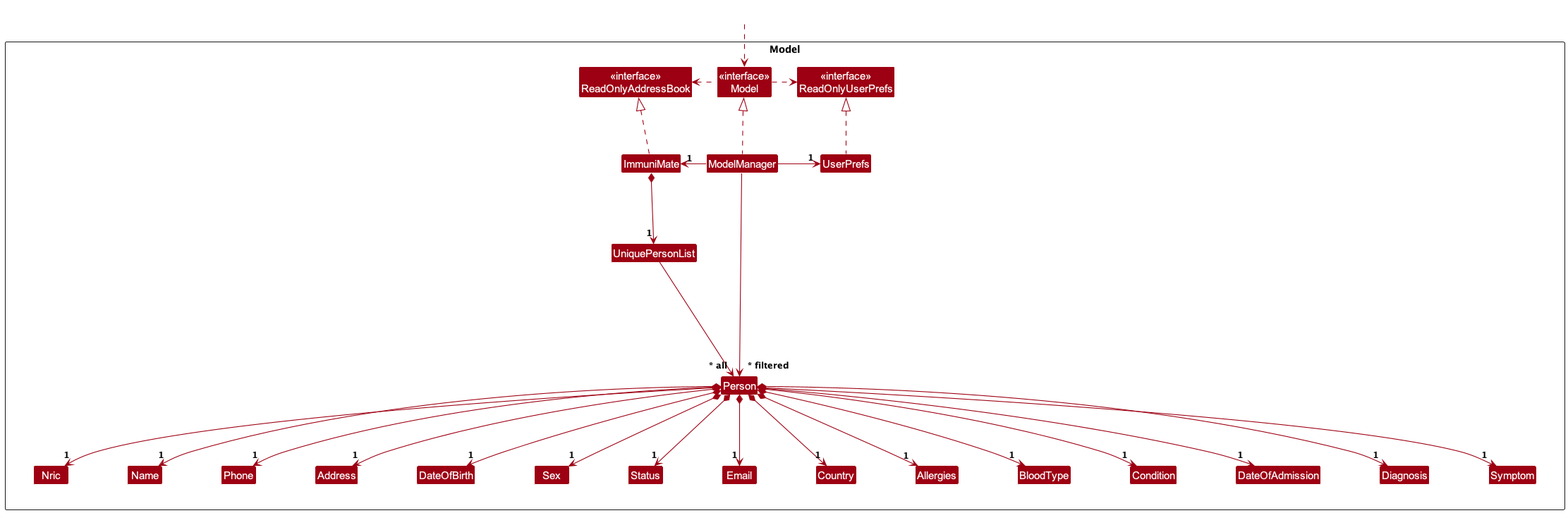
The PlantUML diagram docs/images/ModelClassDiagram.png in AY2324S2-CS2103T-T08-1/tp, before a commit. The source it was exported from:
```plantuml
@startuml
!include style.puml
skinparam arrowThickness 1.1
skinparam arrowColor MODEL_COLOR
skinparam classBackgroundColor MODEL_COLOR

Package Model as ModelPackage <<Rectangle>>{
Class "<<interface>>\nReadOnlyAddressBook" as ReadOnlyAddressBook
Class "<<interface>>\nReadOnlyUserPrefs" as ReadOnlyUserPrefs
Class "<<interface>>\nModel" as Model
Class ImmuniMate
Class ModelManager
Class UserPrefs

Class UniquePersonList
Class Person
Class Address
Class Name
Class Phone
Class Nric
Class DateOfBirth
Class Sex
Class Status
Class Email
Class Country
Class Allergies
Class BloodType
Class Condition
Class DateOfAdmission
Class Diagnosis
Class Symptom


Class I #FFFFFF
}

Class HiddenOutside #FFFFFF
HiddenOutside ..> Model

ImmuniMate .up.|> ReadOnlyAddressBook

ModelManager .up.|> Model
Model .right.> ReadOnlyUserPrefs
Model .left.> ReadOnlyAddressBook
ModelManager -left-> "1" ImmuniMate
ModelManager -right-> "1" UserPrefs
UserPrefs .up.|> ReadOnlyUserPrefs

ImmuniMate *--> "1" UniquePersonList
UniquePersonList --> "~* all" Person
Person *--> "1" Nric
Person *--> "1" Name
Person *--> "1" Phone
Person *--> "1" Address
Person *--> "1" DateOfBirth
Person *--> "1" Sex
Person *--> "1" Status

Person *--> "1" Email
Person *--> "1" Country
Person *--> "1" Allergies
Person *--> "1" BloodType
Person *--> "1" Condition
Person *--> "1" DateOfAdmission
Person *--> "1" Diagnosis
Person *--> "1" Symptom


Person -[hidden]up--> I
UniquePersonList -[hidden]right-> I

Nric -[hidden]right-> Name
Name -[hidden]right-> Phone
Phone -[hidden]right-> Address
Address -[hidden]right-> DateOfBirth
DateOfBirth -[hidden]right-> Sex
Sex -[hidden]right-> Status

ModelManager --> "~* filtered" Person
@enduml
```
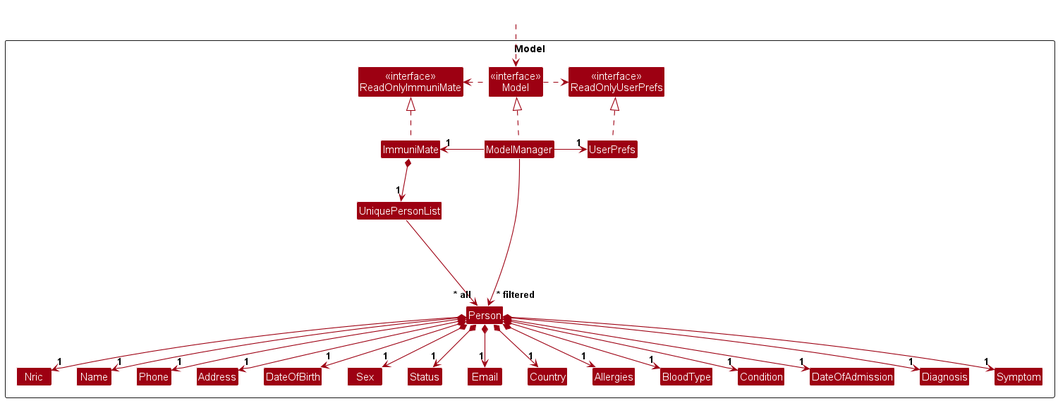
Later version of the same file.

Diff of the diagram source:
```diff
@@ -5,13 +5,12 @@
 skinparam classBackgroundColor MODEL_COLOR
 
 Package Model as ModelPackage <<Rectangle>>{
-Class "<<interface>>\nReadOnlyAddressBook" as ReadOnlyAddressBook
+Class "<<interface>>\nReadOnlyImmuniMate" as ReadOnlyImmuniMate
 Class "<<interface>>\nReadOnlyUserPrefs" as ReadOnlyUserPrefs
 Class "<<interface>>\nModel" as Model
 Class ImmuniMate
 Class ModelManager
 Class UserPrefs
-
 Class UniquePersonList
 Class Person
 Class Address
@@ -37,11 +36,11 @@
 Class HiddenOutside #FFFFFF
 HiddenOutside ..> Model
 
-ImmuniMate .up.|> ReadOnlyAddressBook
+ImmuniMate .up.|> ReadOnlyImmuniMate
 
 ModelManager .up.|> Model
 Model .right.> ReadOnlyUserPrefs
-Model .left.> ReadOnlyAddressBook
+Model .left.> ReadOnlyImmuniMate
 ModelManager -left-> "1" ImmuniMate
 ModelManager -right-> "1" UserPrefs
 UserPrefs .up.|> ReadOnlyUserPrefs
```
